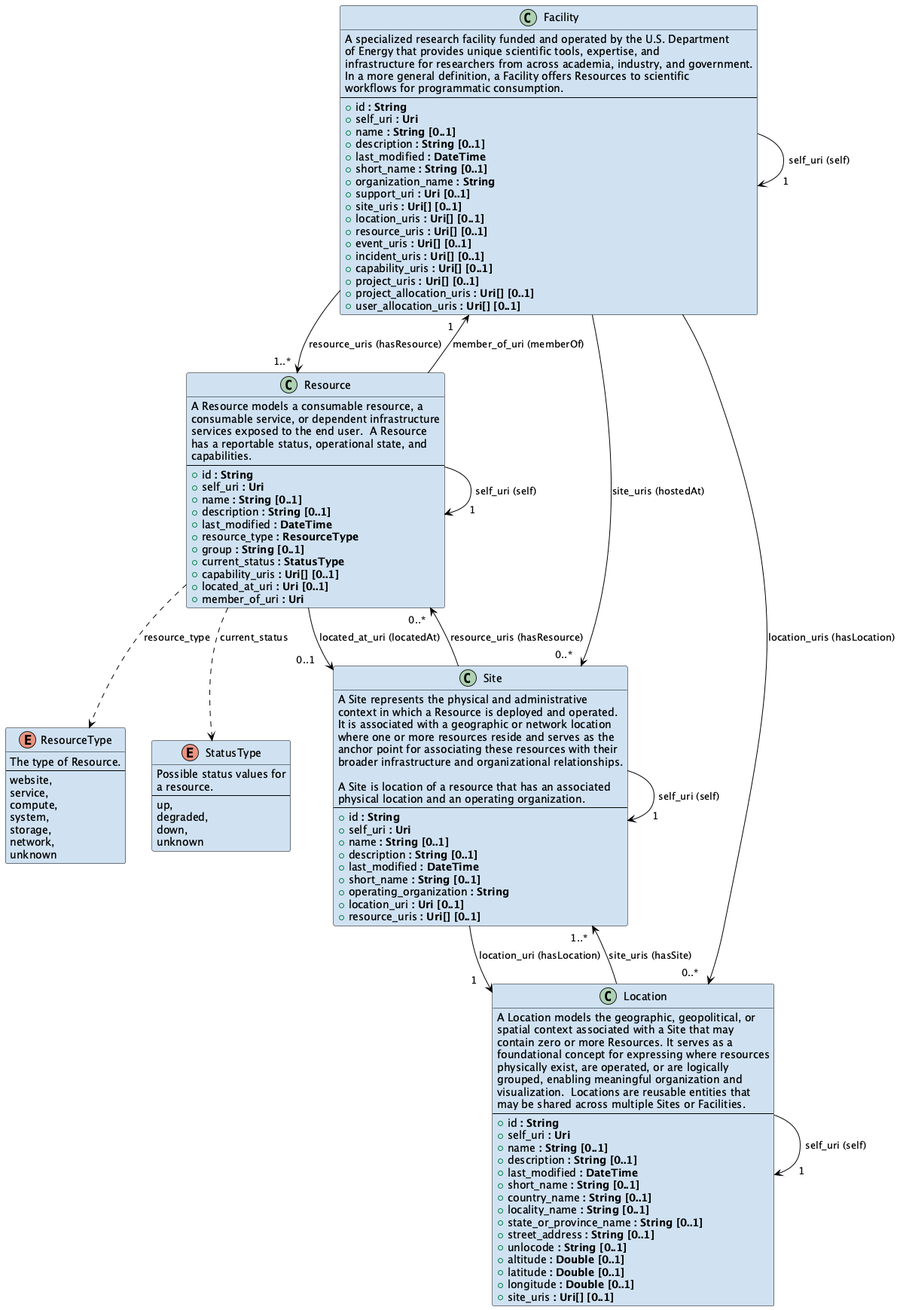
This is specification/images/facility-model.png from doe-iri/iri-facility-api-docs, a PlantUML export, as it was before one commit.
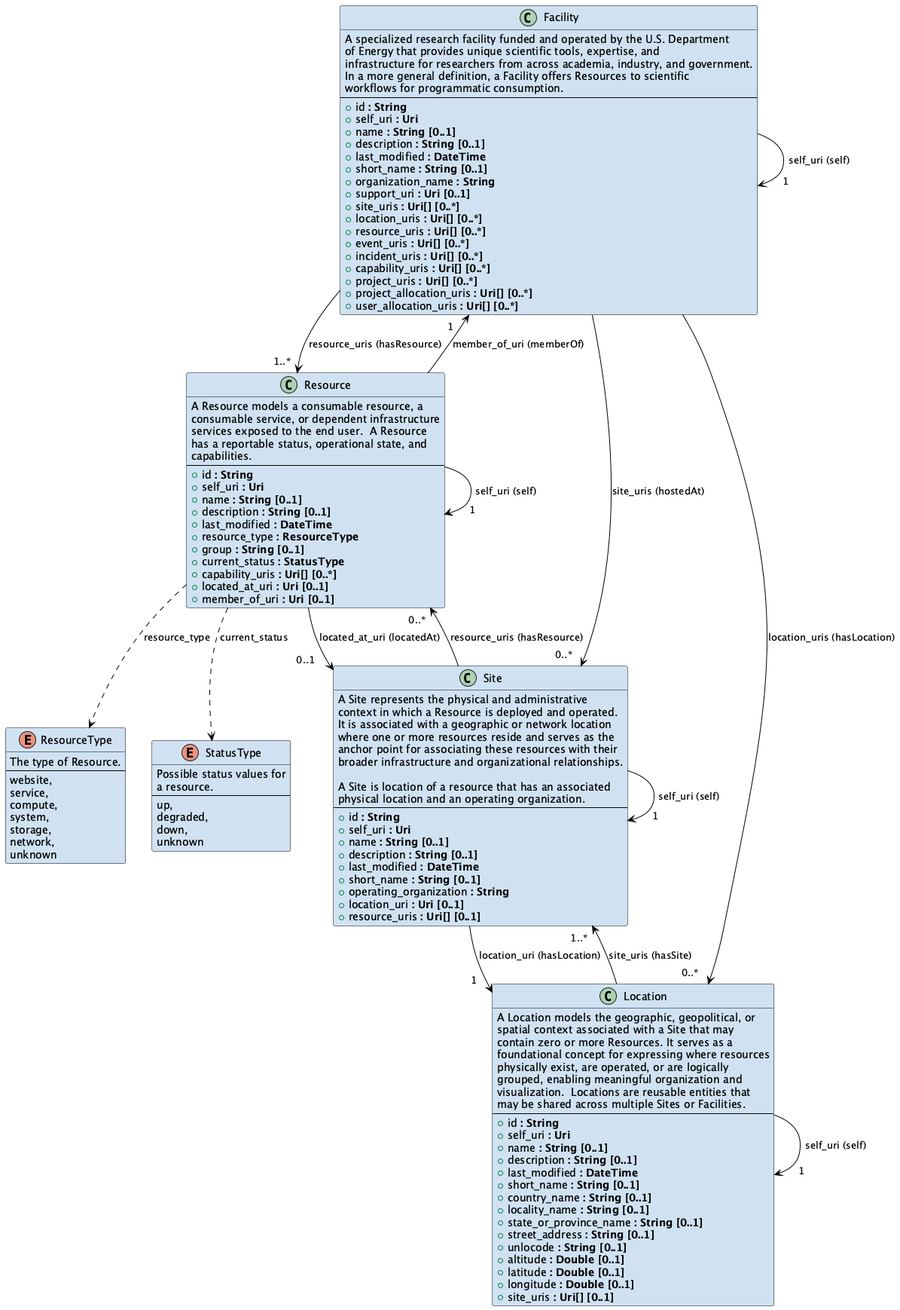
Later version of the same file.

Commit message:
Allocation models complete.

Diff of the diagram source:
```diff
@@ -21,15 +21,15 @@
   + short_name <b>: String [0..1]</b>
   + organization_name <b>: String</b>
   + support_uri <b>: Uri [0..1]</b>
-  + site_uris <b>: Uri[] [0..1]</b>
-  + location_uris <b>: Uri[] [0..1]</b>
-  + resource_uris <b>: Uri[] [0..1]</b>
-  + event_uris <b>: Uri[] [0..1]</b>
-  + incident_uris <b>: Uri[] [0..1]</b>
-  + capability_uris <b>: Uri[] [0..1]</b>
-  + project_uris <b>: Uri[] [0..1]</b>
-  + project_allocation_uris <b>: Uri[] [0..1]</b>
-  + user_allocation_uris <b>: Uri[] [0..1]</b>
+  + site_uris <b>: Uri[] [0..*]</b>
+  + location_uris <b>: Uri[] [0..*]</b>
+  + resource_uris <b>: Uri[] [0..*]</b>
+  + event_uris <b>: Uri[] [0..*]</b>
+  + incident_uris <b>: Uri[] [0..*]</b>
+  + capability_uris <b>: Uri[] [0..*]</b>
+  + project_uris <b>: Uri[] [0..*]</b>
+  + project_allocation_uris <b>: Uri[] [0..*]</b>
+  + user_allocation_uris <b>: Uri[] [0..*]</b>
 }
 
 Facility --> "      1" Facility : self_uri (self)
@@ -49,9 +49,9 @@
   + resource_type <b>: ResourceType</b>
   + group <b>: String [0..1]</b>
   + current_status <b>: StatusType</b>
-  + capability_uris <b>: Uri[] [0..1]</b>
+  + capability_uris <b>: Uri[] [0..*]</b>
   + located_at_uri <b>: Uri [0..1]</b>
-  + member_of_uri <b>: Uri</b>
+  + member_of_uri <b>: Uri [0..1]</b>
 }
 
 Resource --> "      1" Resource : self_uri (self)
```
